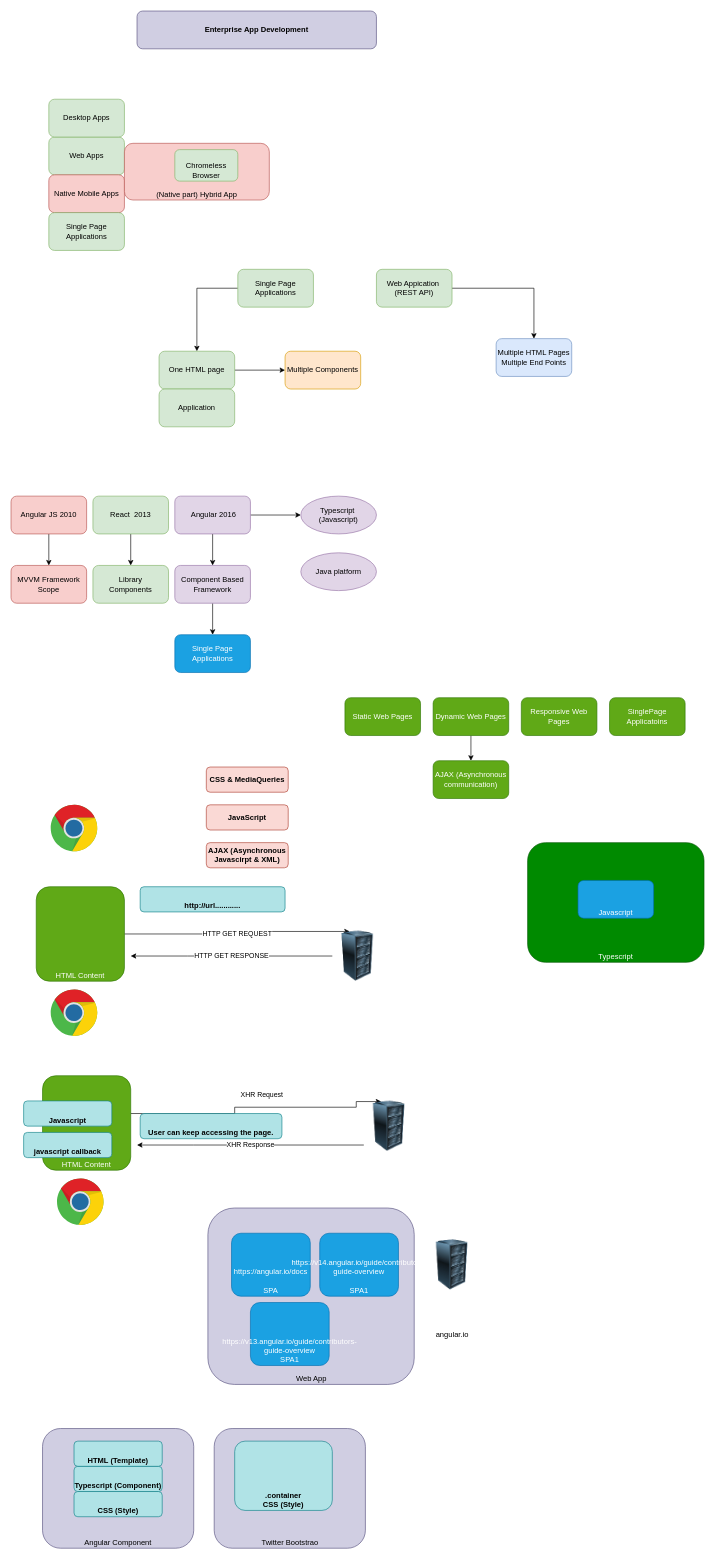
nathub071122/natGIT keeps this draw.io diagram as page "Angular Getting Started" (1 of 5) of ANGULAR/Angular.drawio. Above is the earlier version. Source tidied: cells renumbered, new cells numbered last; positions are measured from the earlier drawing's top-left corner, leaving out a move shared by most shapes. Both pictures are drawn from the tidied source at 63%, with x=0, y=0 at pixel (11, 11).
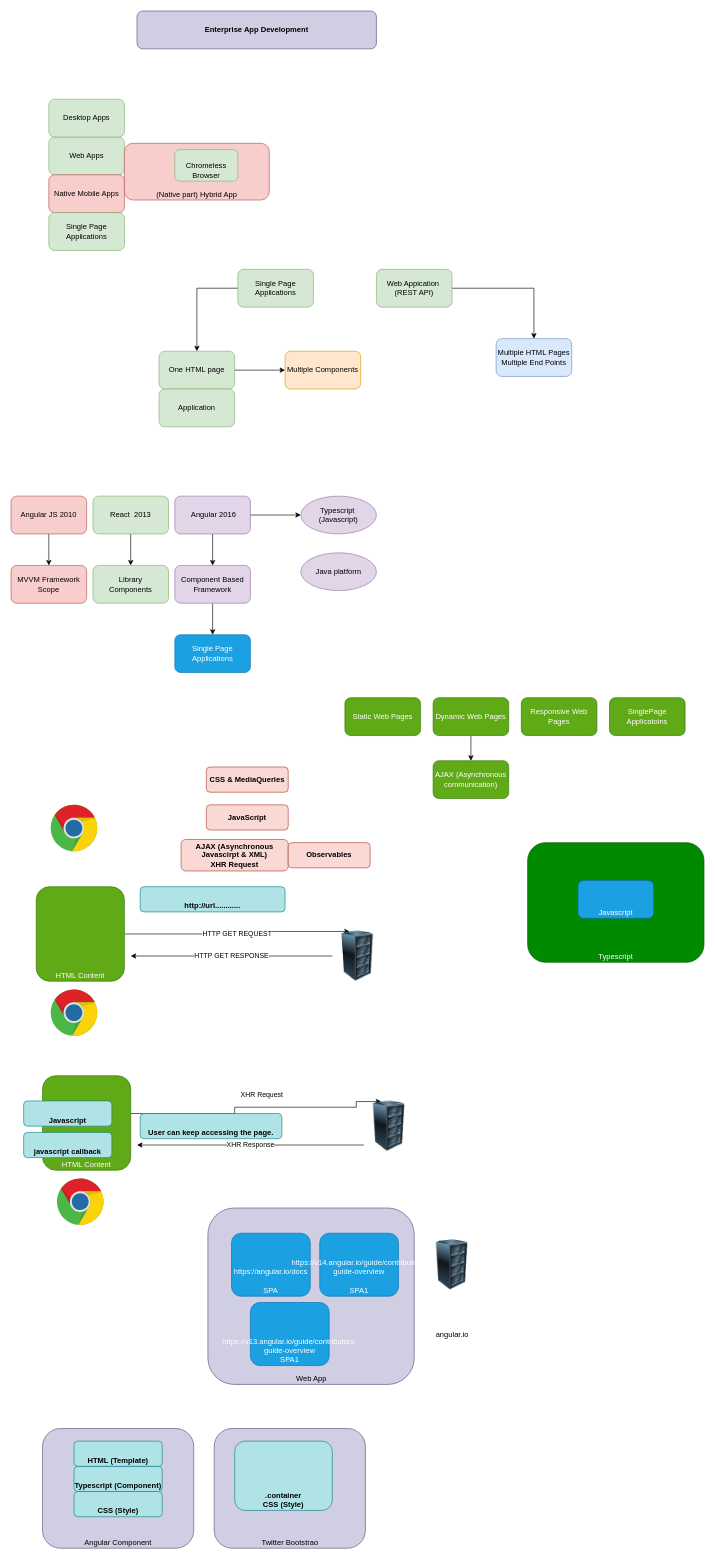
Above is the later version.

What changed in the source:
```diff
@@
-    <mxCell id="42" value="AJAX (Asynchronous Javascirpt &amp;amp; XML)" style="rounded=1;whiteSpace=wrap;html=1;fillColor=#fad9d5;strokeColor=#ae4132;fontStyle=1;verticalAlign=middle;" parent="1" vertex="1">
-      <mxGeometry x="310" y="1320" width="130" height="40" as="geometry" />
+    <mxCell id="42" value="AJAX (Asynchronous Javascirpt &amp;amp; XML)&lt;br&gt;XHR Request" style="rounded=1;whiteSpace=wrap;html=1;fillColor=#fad9d5;strokeColor=#ae4132;fontStyle=1;verticalAlign=middle;" parent="1" vertex="1">
+      <mxGeometry x="270" y="1315" width="170" height="50" as="geometry" />
     </mxCell>
@@
+    <mxCell id="72" value="Observables" style="rounded=1;whiteSpace=wrap;html=1;fillColor=#fad9d5;strokeColor=#ae4132;fontStyle=1;verticalAlign=middle;" parent="1" vertex="1">
+      <mxGeometry x="440" y="1320" width="130" height="40" as="geometry" />
+    </mxCell>
```
